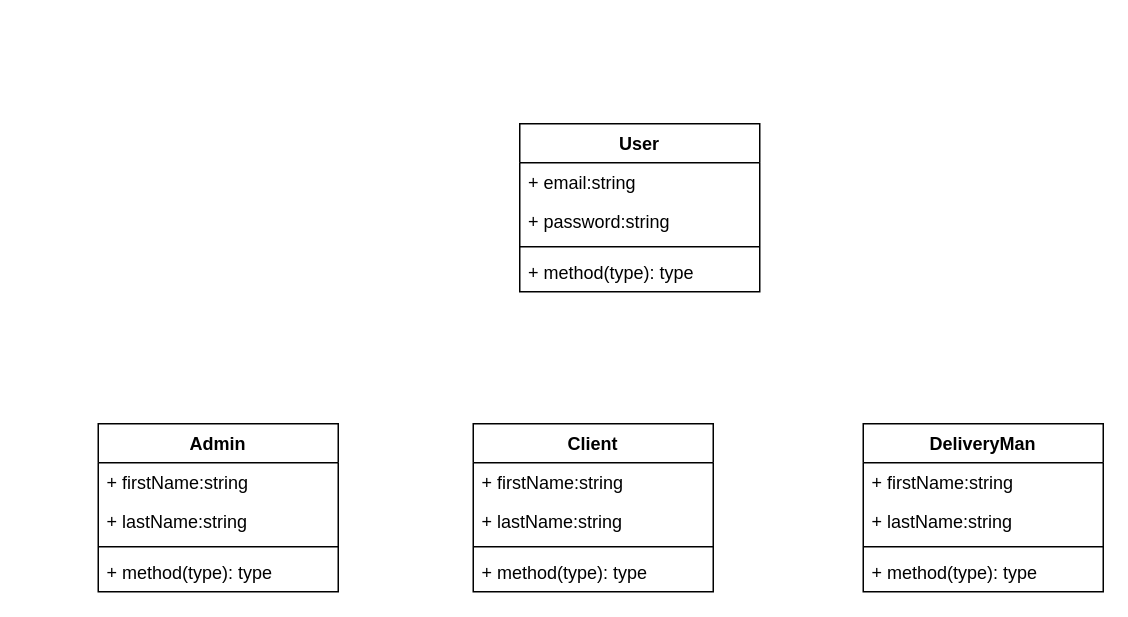
Earlier version of the draw.io diagram docs/class diagram.drawio (stormsidali2001/FrontPharmacy). Source tidied: cells renumbered, new cells numbered last; positions are measured from the earlier drawing's top-left corner, leaving out a move shared by most shapes. Both pictures are drawn from the tidied source at 150%, with x=0, y=0 at pixel (98, 123).
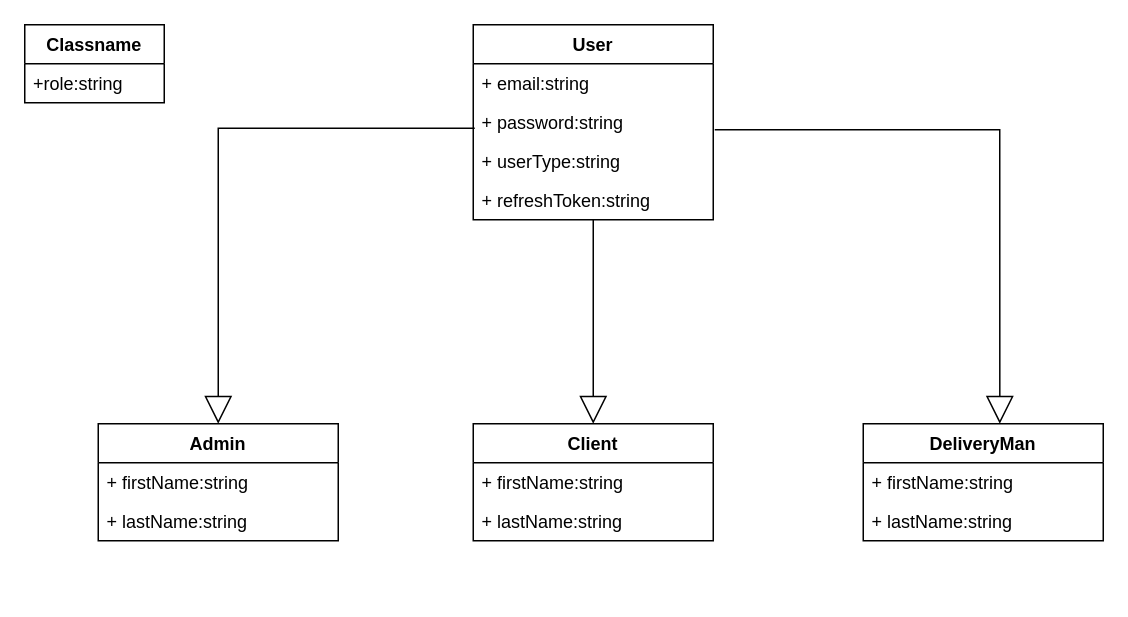
The same diagram, later.

The edit, as a diff of the source:
```diff
@@
     <mxCell id="2" value="User" style="swimlane;fontStyle=1;align=center;verticalAlign=top;horizontal=1;startSize=26;" parent="1" vertex="1">
-      <mxGeometry x="281" width="160" height="112" as="geometry" />
+      <mxGeometry x="250" y="-66" width="160" height="130" as="geometry" />
     </mxCell>
@@
-    <mxCell id="5" style="line;strokeWidth=1;fillColor=none;align=left;verticalAlign=middle;spacingTop=-1;spacingLeft=3;spacingRight=3;labelPosition=right;" parent="2" vertex="1">
-      <mxGeometry y="78" width="160" height="8" as="geometry" />
-    </mxCell>
-    <mxCell id="6" value="+ method(type): type" style="text;strokeColor=none;fillColor=none;align=left;verticalAlign=top;spacingLeft=4;spacingRight=4;overflow=hidden;" parent="2" vertex="1">
-      <mxGeometry y="86" width="160" height="26" as="geometry" />
-    </mxCell>
+    <mxCell id="22" value="+ userType:string" style="text;strokeColor=none;fillColor=none;align=left;verticalAlign=top;spacingLeft=4;spacingRight=4;overflow=hidden;" parent="2" vertex="1">
+      <mxGeometry y="78" width="160" height="26" as="geometry" />
+    </mxCell>
+    <mxCell id="23" value="+ refreshToken:string" style="text;strokeColor=none;fillColor=none;align=left;verticalAlign=top;spacingLeft=4;spacingRight=4;overflow=hidden;" parent="2" vertex="1">
+      <mxGeometry y="104" width="160" height="26" as="geometry" />
+    </mxCell>
     <mxCell id="7" value="Admin" style="swimlane;fontStyle=1;align=center;verticalAlign=top;horizontal=1;startSize=26;" parent="1" vertex="1">
-      <mxGeometry y="200" width="160" height="112" as="geometry" />
+      <mxGeometry y="200" width="160" height="78" as="geometry" />
     </mxCell>
@@
-    <mxCell id="10" style="line;strokeWidth=1;fillColor=none;align=left;verticalAlign=middle;spacingTop=-1;spacingLeft=3;spacingRight=3;labelPosition=right;" parent="7" vertex="1">
-      <mxGeometry y="78" width="160" height="8" as="geometry" />
-    </mxCell>
-    <mxCell id="11" value="+ method(type): type" style="text;strokeColor=none;fillColor=none;align=left;verticalAlign=top;spacingLeft=4;spacingRight=4;overflow=hidden;" parent="7" vertex="1">
-      <mxGeometry y="86" width="160" height="26" as="geometry" />
-    </mxCell>
     <mxCell id="12" value="Client" style="swimlane;fontStyle=1;align=center;verticalAlign=top;horizontal=1;startSize=26;" parent="1" vertex="1">
-      <mxGeometry x="250" y="200" width="160" height="112" as="geometry" />
+      <mxGeometry x="250" y="200" width="160" height="78" as="geometry" />
     </mxCell>
@@
-    <mxCell id="15" style="line;strokeWidth=1;fillColor=none;align=left;verticalAlign=middle;spacingTop=-1;spacingLeft=3;spacingRight=3;labelPosition=right;" parent="12" vertex="1">
-      <mxGeometry y="78" width="160" height="8" as="geometry" />
-    </mxCell>
-    <mxCell id="16" value="+ method(type): type" style="text;strokeColor=none;fillColor=none;align=left;verticalAlign=top;spacingLeft=4;spacingRight=4;overflow=hidden;" parent="12" vertex="1">
-      <mxGeometry y="86" width="160" height="26" as="geometry" />
-    </mxCell>
     <mxCell id="17" value="DeliveryMan" style="swimlane;fontStyle=1;align=center;verticalAlign=top;horizontal=1;startSize=26;" parent="1" vertex="1">
-      <mxGeometry x="510" y="200" width="160" height="112" as="geometry" />
+      <mxGeometry x="510" y="200" width="160" height="78" as="geometry" />
     </mxCell>
@@
-    <mxCell id="20" style="line;strokeWidth=1;fillColor=none;align=left;verticalAlign=middle;spacingTop=-1;spacingLeft=3;spacingRight=3;labelPosition=right;" parent="17" vertex="1">
-      <mxGeometry y="78" width="160" height="8" as="geometry" />
-    </mxCell>
-    <mxCell id="21" value="+ method(type): type" style="text;strokeColor=none;fillColor=none;align=left;verticalAlign=top;spacingLeft=4;spacingRight=4;overflow=hidden;" parent="17" vertex="1">
-      <mxGeometry y="86" width="160" height="26" as="geometry" />
-    </mxCell>
+    <mxCell id="24" style="endArrow=block;endSize=16;endFill=0;html=1;rounded=0;entryX=0.5;entryY=0;entryDx=0;entryDy=0;" parent="1" edge="1" target="7">
+      <mxGeometry y="-30" relative="1" as="geometry">
+        <mxPoint x="251" y="3" as="sourcePoint" />
+        <Array as="points">
+          <mxPoint x="80" y="3" />
+        </Array>
+      </mxGeometry>
+    </mxCell>
+    <mxCell id="25" style="endArrow=block;endSize=16;endFill=0;html=1;rounded=0;entryX=0.569;entryY=0;entryDx=0;entryDy=0;entryPerimeter=0;" parent="1" edge="1" target="17">
+      <mxGeometry y="-30" relative="1" as="geometry">
+        <mxPoint x="411" y="4" as="sourcePoint" />
+        <Array as="points">
+          <mxPoint x="601" y="4" />
+        </Array>
+      </mxGeometry>
+    </mxCell>
+    <mxCell id="26" style="endArrow=block;endSize=16;endFill=0;html=1;rounded=0;" parent="1" edge="1" source="2" target="12">
+      <mxGeometry y="-30" relative="1" as="geometry" />
+    </mxCell>
+    <mxCell id="27" value="Classname" style="swimlane;fontStyle=1;align=center;verticalAlign=top;horizontal=1;startSize=26;" parent="1" vertex="1">
+      <mxGeometry x="-49" y="-66" width="93" height="52" as="geometry" />
+    </mxCell>
+    <mxCell id="28" value="+role:string" style="text;strokeColor=none;fillColor=none;align=left;verticalAlign=top;spacingLeft=4;spacingRight=4;overflow=hidden;" parent="27" vertex="1">
+      <mxGeometry y="26" width="93" height="26" as="geometry" />
+    </mxCell>
```
